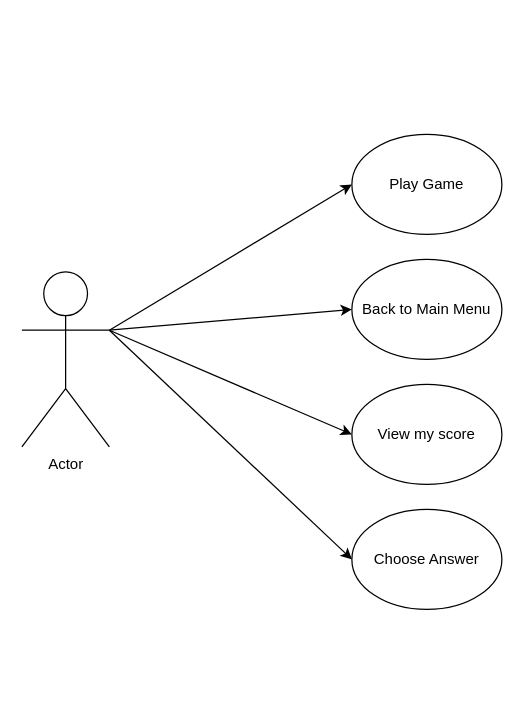
Before: Untitled Diagram.drawio in StephenMcCallion/Animal-Quiz-Game, a draw.io diagram. Source tidied: cells renumbered, new cells numbered last; positions are measured from the earlier drawing's top-left corner, leaving out a move shared by most shapes. Both pictures are drawn from the tidied source at 125%, with x=0, y=0 at pixel (21, 134).
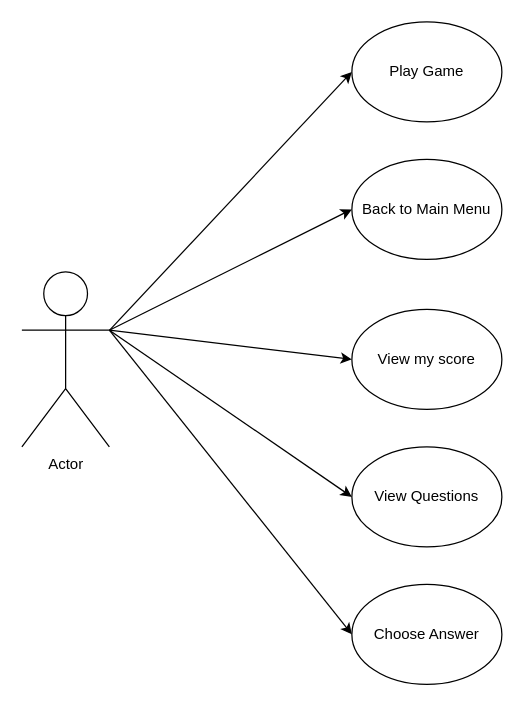
The same diagram, later.

The edit, as a diff of the source:
```diff
@@
 <mxGraphModel>
   <root>
     <mxCell id="0" />
     <mxCell id="1" parent="0" />
     <mxCell id="2" style="rounded=0;jettySize=auto;html=1;exitX=1;exitY=0.334;exitDx=0;exitDy=0;exitPerimeter=0;entryX=0;entryY=0.5;entryDx=0;entryDy=0;" parent="1" edge="1" source="6" target="7">
       <mxGeometry relative="1" as="geometry" />
     </mxCell>
     <mxCell id="3" style="rounded=0;jettySize=auto;html=1;exitX=1;exitY=0.3333333333333333;exitDx=0;exitDy=0;exitPerimeter=0;entryX=0;entryY=0.5;entryDx=0;entryDy=0;" parent="1" edge="1" source="6" target="8">
       <mxGeometry relative="1" as="geometry" />
     </mxCell>
     <mxCell id="4" style="rounded=0;jettySize=auto;html=1;exitX=1;exitY=0.3333333333333333;exitDx=0;exitDy=0;exitPerimeter=0;entryX=0;entryY=0.5;entryDx=0;entryDy=0;" parent="1" edge="1" source="6" target="9">
       <mxGeometry relative="1" as="geometry" />
     </mxCell>
     <mxCell id="5" style="rounded=0;jettySize=auto;html=1;exitX=1;exitY=0.3333333333333333;exitDx=0;exitDy=0;exitPerimeter=0;entryX=0;entryY=0.5;entryDx=0;entryDy=0;" parent="1" edge="1" source="6" target="10">
       <mxGeometry relative="1" as="geometry" />
     </mxCell>
+    <mxCell id="11" style="edgeStyle=none;rounded=0;jettySize=auto;html=1;exitX=1;exitY=0.3333333333333333;exitDx=0;exitDy=0;exitPerimeter=0;entryX=0;entryY=0.5;entryDx=0;entryDy=0;" parent="1" edge="1" source="6" target="12">
+      <mxGeometry relative="1" as="geometry" />
+    </mxCell>
     <mxCell id="6" value="Actor" style="shape=umlActor;verticalLabelPosition=bottom;verticalAlign=top;html=1;outlineConnect=0;" parent="1" vertex="1">
       <mxGeometry y="110" width="70" height="140" as="geometry" />
     </mxCell>
     <mxCell id="7" value="Play Game" style="ellipse;whiteSpace=wrap;html=1;" parent="1" vertex="1">
-      <mxGeometry x="264" width="120" height="80" as="geometry" />
+      <mxGeometry x="264" y="-90" width="120" height="80" as="geometry" />
     </mxCell>
     <mxCell id="8" value="Back to Main Menu" style="ellipse;whiteSpace=wrap;html=1;" parent="1" vertex="1">
-      <mxGeometry x="264" y="100" width="120" height="80" as="geometry" />
+      <mxGeometry x="264" y="20" width="120" height="80" as="geometry" />
     </mxCell>
     <mxCell id="9" value="View my score" style="ellipse;whiteSpace=wrap;html=1;" parent="1" vertex="1">
-      <mxGeometry x="264" y="200" width="120" height="80" as="geometry" />
+      <mxGeometry x="264" y="140" width="120" height="80" as="geometry" />
     </mxCell>
     <mxCell id="10" value="Choose Answer" style="ellipse;whiteSpace=wrap;html=1;" parent="1" vertex="1">
-      <mxGeometry x="264" y="300" width="120" height="80" as="geometry" />
+      <mxGeometry x="264" y="360" width="120" height="80" as="geometry" />
     </mxCell>
+    <mxCell id="12" value="View Questions" style="ellipse;whiteSpace=wrap;html=1;" parent="1" vertex="1">
+      <mxGeometry x="264" y="250" width="120" height="80" as="geometry" />
+    </mxCell>
   </root>
 </mxGraphModel>
```
